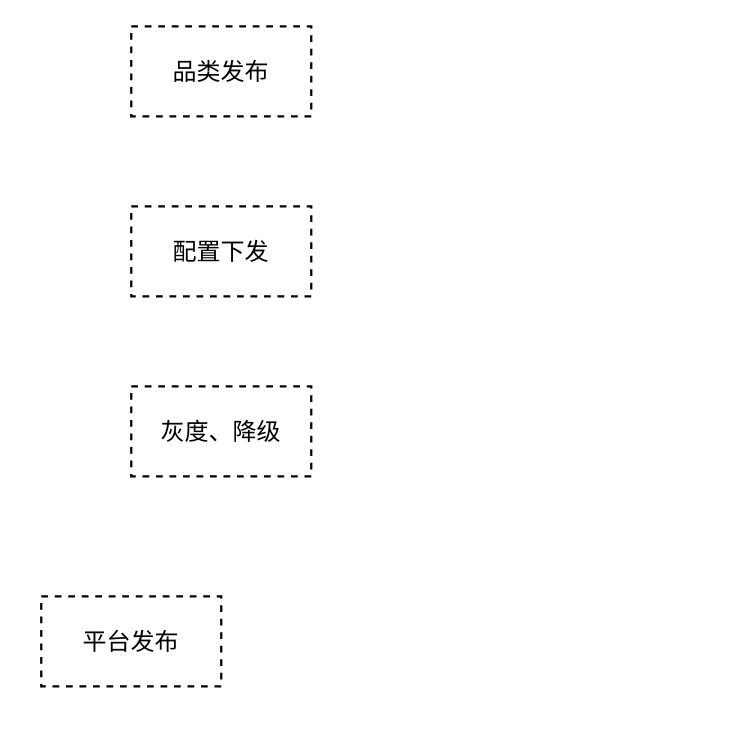
Above: page "Mini App" (4 of 4) of 未命名绘图.drawio in ashen-23/DrawIORepo (draw.io), before the change. Source tidied: cells renumbered, new cells numbered last; positions are measured from the earlier drawing's top-left corner, leaving out a move shared by most shapes. Both pictures are drawn from the tidied source at 150%, with x=0, y=0 at pixel (40, 26).
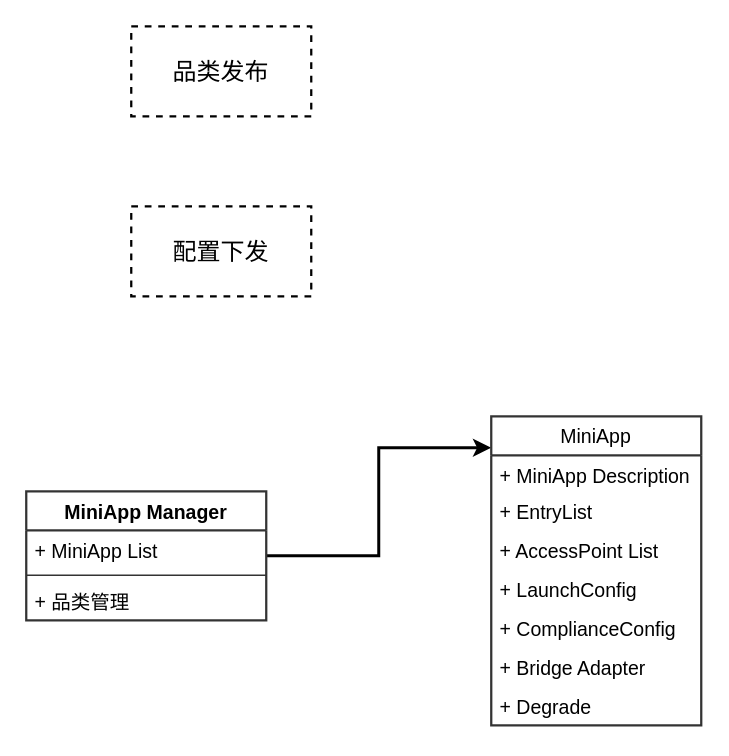
The same diagram, later.

Change to the diagram source:
```diff
@@
 <mxGraphModel>
   <root>
     <mxCell id="0" />
     <mxCell id="1" parent="0" />
     <mxCell id="2" value="品类发布" style="whiteSpace=wrap;html=1;rounded=0;shadow=0;glass=0;dashed=1;strokeColor=default;strokeWidth=1.5;fontSize=16;fontColor=#000000;fillColor=none;gradientColor=none;" parent="1" vertex="1">
       <mxGeometry x="60" width="120" height="60" as="geometry" />
     </mxCell>
     <mxCell id="3" value="配置下发" style="whiteSpace=wrap;html=1;rounded=0;shadow=0;glass=0;dashed=1;strokeColor=default;strokeWidth=1.5;fontSize=16;fontColor=#000000;fillColor=none;gradientColor=none;" parent="1" vertex="1">
       <mxGeometry x="60" y="120" width="120" height="60" as="geometry" />
     </mxCell>
-    <mxCell id="4" value="灰度、降级" style="whiteSpace=wrap;html=1;rounded=0;shadow=0;glass=0;dashed=1;strokeColor=default;strokeWidth=1.5;fontSize=16;fontColor=#000000;fillColor=none;gradientColor=none;" parent="1" vertex="1">
-      <mxGeometry x="60" y="240" width="120" height="60" as="geometry" />
-    </mxCell>
-    <mxCell id="5" value="平台发布" style="whiteSpace=wrap;html=1;rounded=0;shadow=0;glass=0;dashed=1;strokeColor=default;strokeWidth=1.5;fontSize=16;fontColor=#000000;fillColor=none;gradientColor=none;" parent="1" vertex="1">
-      <mxGeometry y="380" width="120" height="60" as="geometry" />
-    </mxCell>
+    <mxCell id="6" style="edgeStyle=orthogonalEdgeStyle;rounded=0;jettySize=auto;html=1;entryX=0;entryY=0.102;entryDx=0;entryDy=0;entryPerimeter=0;strokeWidth=2;fontSize=13;fontColor=#000000;" parent="1" edge="1" source="7" target="11">
+      <mxGeometry relative="1" as="geometry" />
+    </mxCell>
+    <mxCell id="7" value="MiniApp Manager" style="swimlane;fontStyle=1;align=center;verticalAlign=top;horizontal=1;startSize=26;rounded=0;shadow=0;glass=0;strokeColor=#333333;strokeWidth=1.5;fontSize=13;fontColor=#000000;fillColor=none;gradientColor=none;" parent="1" vertex="1">
+      <mxGeometry x="-10" y="310" width="160" height="86" as="geometry" />
+    </mxCell>
+    <mxCell id="8" value="+ MiniApp List" style="text;strokeColor=none;fillColor=none;align=left;verticalAlign=top;spacingLeft=4;spacingRight=4;overflow=hidden;rounded=0;shadow=0;glass=0;strokeWidth=1.5;fontSize=13;fontColor=#000000;" parent="7" vertex="1">
+      <mxGeometry y="26" width="160" height="26" as="geometry" />
+    </mxCell>
+    <mxCell id="9" style="line;strokeWidth=1;fillColor=none;align=left;verticalAlign=middle;spacingTop=-1;spacingLeft=3;spacingRight=3;labelPosition=right;strokeColor=inherit;rounded=0;shadow=0;glass=0;fontSize=13;fontColor=#000000;" parent="7" vertex="1">
+      <mxGeometry y="52" width="160" height="8" as="geometry" />
+    </mxCell>
+    <mxCell id="10" value="+ 品类管理" style="text;strokeColor=none;fillColor=none;align=left;verticalAlign=top;spacingLeft=4;spacingRight=4;overflow=hidden;rounded=0;shadow=0;glass=0;strokeWidth=1.5;fontSize=13;fontColor=#000000;" parent="7" vertex="1">
+      <mxGeometry y="60" width="160" height="26" as="geometry" />
+    </mxCell>
+    <mxCell id="11" value="MiniApp" style="swimlane;fontStyle=0;horizontal=1;startSize=26;fillColor=none;rounded=0;shadow=0;glass=0;strokeColor=#333333;strokeWidth=1.5;fontSize=13;fontColor=#000000;" parent="1" vertex="1">
+      <mxGeometry x="300" y="260" width="140" height="206" as="geometry" />
+    </mxCell>
+    <mxCell id="12" value="+ MiniApp Description" style="text;strokeColor=none;fillColor=none;align=left;verticalAlign=top;spacingLeft=4;spacingRight=4;overflow=hidden;rounded=0;shadow=0;glass=0;strokeWidth=1.5;fontSize=13;fontColor=#000000;" parent="11" vertex="1">
+      <mxGeometry y="26" width="140" height="24" as="geometry" />
+    </mxCell>
+    <mxCell id="13" value="+ EntryList" style="text;strokeColor=none;fillColor=none;align=left;verticalAlign=top;spacingLeft=4;spacingRight=4;overflow=hidden;rounded=0;shadow=0;glass=0;strokeWidth=1.5;fontSize=13;fontColor=#000000;" parent="11" vertex="1">
+      <mxGeometry y="50" width="140" height="26" as="geometry" />
+    </mxCell>
+    <mxCell id="14" value="+ AccessPoint List&#10;" style="text;strokeColor=none;fillColor=none;align=left;verticalAlign=top;spacingLeft=4;spacingRight=4;overflow=hidden;rounded=0;shadow=0;glass=0;strokeWidth=1.5;fontSize=13;fontColor=#000000;" parent="11" vertex="1">
+      <mxGeometry y="76" width="140" height="26" as="geometry" />
+    </mxCell>
+    <mxCell id="15" value="+ LaunchConfig" style="text;strokeColor=none;fillColor=none;align=left;verticalAlign=top;spacingLeft=4;spacingRight=4;overflow=hidden;rounded=0;shadow=0;glass=0;strokeWidth=1.5;fontSize=13;fontColor=#000000;" parent="11" vertex="1">
+      <mxGeometry y="102" width="140" height="26" as="geometry" />
+    </mxCell>
+    <mxCell id="16" value="+ ComplianceConfig" style="text;strokeColor=none;fillColor=none;align=left;verticalAlign=top;spacingLeft=4;spacingRight=4;overflow=hidden;rounded=0;shadow=0;glass=0;strokeWidth=1.5;fontSize=13;fontColor=#000000;" parent="11" vertex="1">
+      <mxGeometry y="128" width="140" height="26" as="geometry" />
+    </mxCell>
+    <mxCell id="17" value="+ Bridge Adapter" style="text;strokeColor=none;fillColor=none;align=left;verticalAlign=top;spacingLeft=4;spacingRight=4;overflow=hidden;rounded=0;shadow=0;glass=0;strokeWidth=1.5;fontSize=13;fontColor=#000000;" parent="11" vertex="1">
+      <mxGeometry y="154" width="140" height="26" as="geometry" />
+    </mxCell>
+    <mxCell id="18" value="+ Degrade" style="text;strokeColor=none;fillColor=none;align=left;verticalAlign=top;spacingLeft=4;spacingRight=4;overflow=hidden;rounded=0;shadow=0;glass=0;strokeWidth=1.5;fontSize=13;fontColor=#000000;" parent="11" vertex="1">
+      <mxGeometry y="180" width="140" height="26" as="geometry" />
+    </mxCell>
   </root>
 </mxGraphModel>
```
